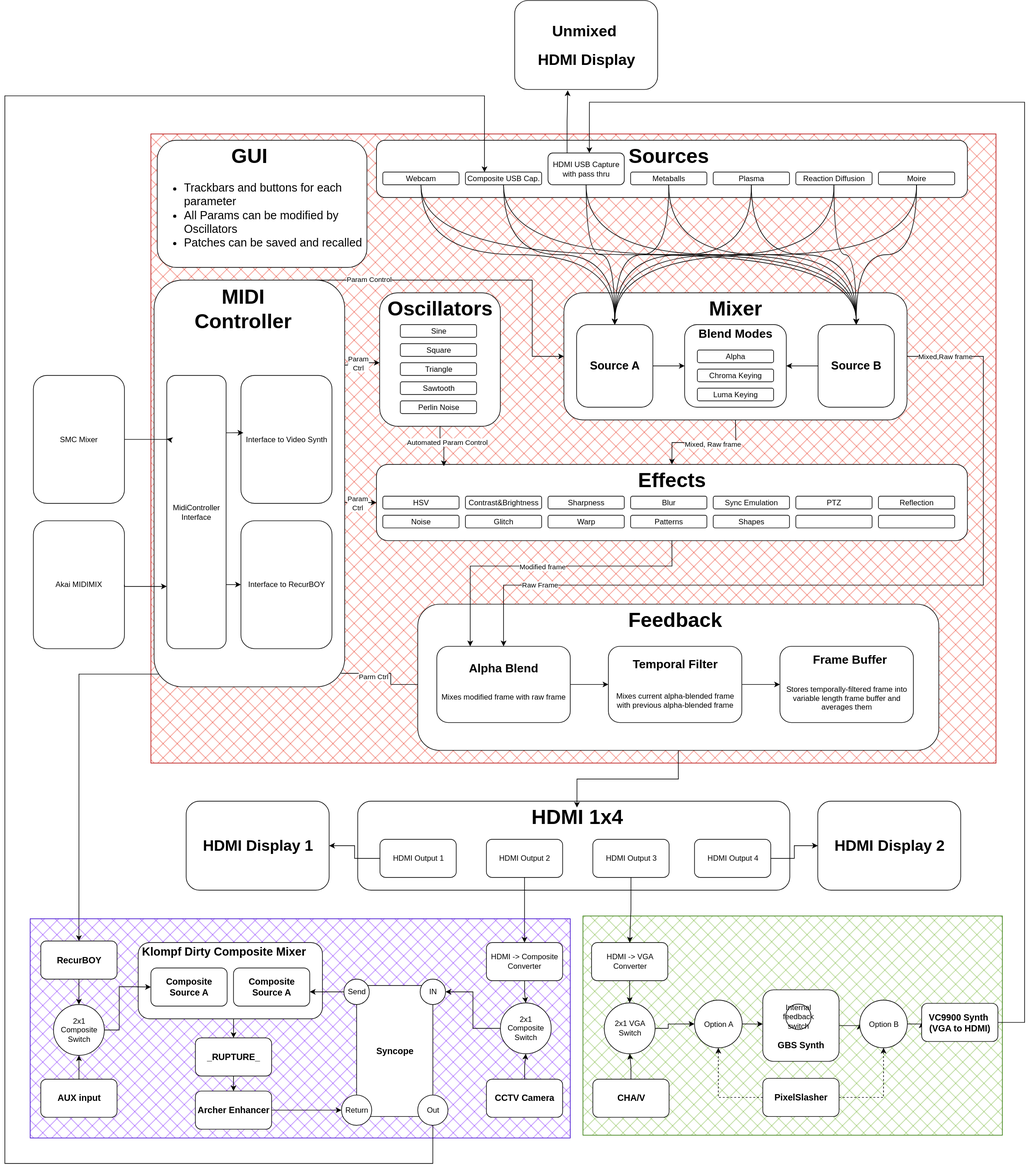
Earlier version of the draw.io export documentation/diagram.svg (Khendi1/PVS). Source tidied: cells renumbered, new cells last; positions are measured from the earlier drawing's top-left corner, leaving out a move shared by most shapes.
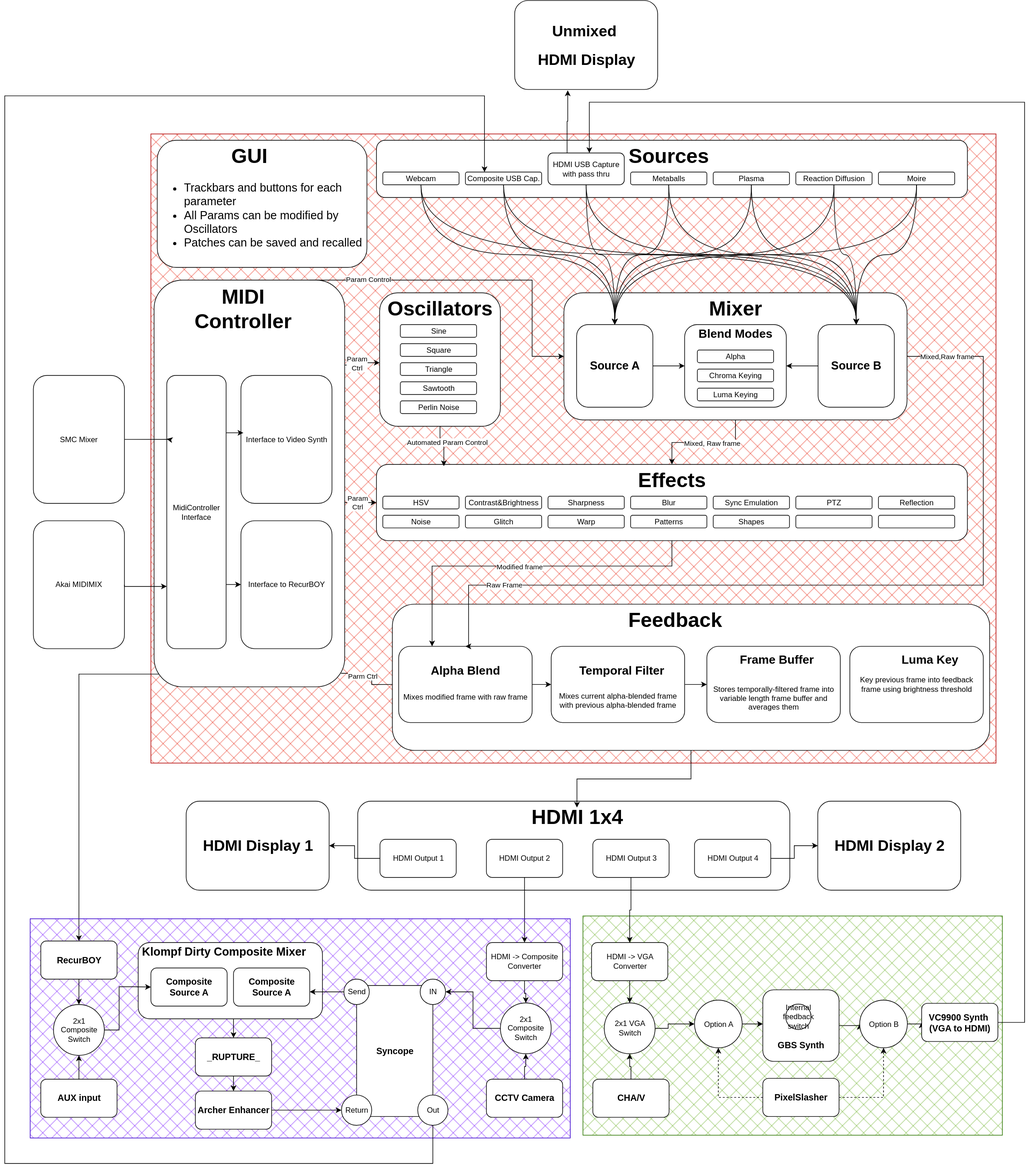
After the commit.

Diff of the diagram source:
```diff
@@ -271,31 +271,31 @@
       <mxGeometry relative="1" as="geometry" />
     </mxCell>
     <mxCell id="81" style="rounded=1;whiteSpace=wrap;html=1;fillColor=default;" parent="1" vertex="1">
-      <mxGeometry x="650" y="950" width="820" height="230" as="geometry" />
+      <mxGeometry x="610" y="950" width="940" height="230" as="geometry" />
     </mxCell>
     <mxCell id="82" style="edgeStyle=orthogonalEdgeStyle;rounded=0;jettySize=auto;html=1;exitX=1;exitY=0.5;exitDx=0;exitDy=0;entryX=0;entryY=0.5;entryDx=0;entryDy=0;" parent="1" edge="1" source="83" target="85">
       <mxGeometry relative="1" as="geometry" />
     </mxCell>
     <mxCell id="83" value="&lt;h2&gt;&lt;span style=&quot;background-color: transparent; color: light-dark(rgb(0, 0, 0), rgb(255, 255, 255)); font-size: 12px; font-weight: normal;&quot;&gt;&lt;br&gt;&lt;/span&gt;&lt;/h2&gt;&lt;h2&gt;&lt;span style=&quot;background-color: transparent; color: light-dark(rgb(0, 0, 0), rgb(255, 255, 255)); font-size: 12px; font-weight: normal;&quot;&gt;Mixes modified frame with raw frame&lt;/span&gt;&lt;/h2&gt;" style="rounded=1;whiteSpace=wrap;html=1;" parent="1" vertex="1">
-      <mxGeometry x="680" y="1016.3" width="210" height="120" as="geometry" />
+      <mxGeometry x="620" y="1016.3" width="210" height="120" as="geometry" />
     </mxCell>
     <mxCell id="84" style="edgeStyle=orthogonalEdgeStyle;rounded=0;jettySize=auto;html=1;exitX=1;exitY=0.5;exitDx=0;exitDy=0;entryX=0;entryY=0.5;entryDx=0;entryDy=0;" parent="1" edge="1" source="85" target="88">
       <mxGeometry relative="1" as="geometry" />
     </mxCell>
     <mxCell id="85" value="&lt;h2&gt;&lt;br&gt;&lt;/h2&gt;&lt;div&gt;Mixes current alpha-blended frame with previous alpha-blended frame&lt;/div&gt;" style="rounded=1;whiteSpace=wrap;html=1;" parent="1" vertex="1">
-      <mxGeometry x="950" y="1016.3" width="210" height="120" as="geometry" />
+      <mxGeometry x="860" y="1016.3" width="210" height="120" as="geometry" />
     </mxCell>
     <mxCell id="86" value="&lt;h3&gt;Alpha Blend&lt;/h3&gt;" style="text;html=1;align=center;verticalAlign=middle;whiteSpace=wrap;rounded=0;fontSize=16;" parent="1" vertex="1">
-      <mxGeometry x="725" y="1036.3" width="120" height="30" as="geometry" />
+      <mxGeometry x="665" y="1040" width="120" height="30" as="geometry" />
     </mxCell>
     <mxCell id="87" value="&lt;h3&gt;Temporal Filter&lt;/h3&gt;" style="text;html=1;align=center;verticalAlign=middle;whiteSpace=wrap;rounded=0;fontSize=16;" parent="1" vertex="1">
-      <mxGeometry x="980" y="1030" width="150" height="30" as="geometry" />
+      <mxGeometry x="895.5" y="1040" width="150" height="30" as="geometry" />
     </mxCell>
     <mxCell id="88" value="&lt;div&gt;&lt;br&gt;&lt;/div&gt;&lt;div&gt;&lt;br&gt;&lt;/div&gt;&lt;div&gt;&lt;br&gt;&lt;/div&gt;Stores temporally-filtered frame into variable length frame buffer and averages them" style="rounded=1;whiteSpace=wrap;html=1;" parent="1" vertex="1">
-      <mxGeometry x="1220" y="1016.3" width="210" height="120" as="geometry" />
+      <mxGeometry x="1105" y="1016.3" width="210" height="120" as="geometry" />
     </mxCell>
     <mxCell id="89" value="&lt;h3&gt;Frame Buffer&lt;/h3&gt;" style="text;html=1;align=center;verticalAlign=middle;whiteSpace=wrap;rounded=0;fontSize=16;" parent="1" vertex="1">
-      <mxGeometry x="1255" y="1022.5" width="150" height="30" as="geometry" />
+      <mxGeometry x="1140" y="1022.5" width="150" height="30" as="geometry" />
     </mxCell>
     <mxCell id="90" value="&lt;h1&gt;Feedback&lt;/h1&gt;" style="text;html=1;align=center;verticalAlign=middle;whiteSpace=wrap;rounded=0;fontSize=16;" parent="1" vertex="1">
       <mxGeometry x="1005" y="960" width="100" height="30" as="geometry" />
@@ -306,7 +306,8 @@
         <Array as="points">
           <mxPoint x="1540" y="560" />
           <mxPoint x="1540" y="920" />
-          <mxPoint x="785" y="920" />
+          <mxPoint x="730" y="920" />
+          <mxPoint x="730" y="1016" />
         </Array>
       </mxGeometry>
     </mxCell>
@@ -338,7 +339,7 @@
       <mxGeometry relative="1" as="geometry">
         <Array as="points">
           <mxPoint x="1050" y="890" />
-          <mxPoint x="733" y="890" />
+          <mxPoint x="673" y="890" />
         </Array>
       </mxGeometry>
     </mxCell>
@@ -586,5 +587,11 @@
     <mxCell id="163" value="Internal feedback switch" style="ellipse;whiteSpace=wrap;html=1;" parent="1" vertex="1">
       <mxGeometry x="1229" y="1579.3" width="40" height="40" as="geometry" />
     </mxCell>
+    <mxCell id="164" value="Key previous frame into feedback frame using brightness threshold" style="rounded=1;whiteSpace=wrap;html=1;" parent="1" vertex="1">
+      <mxGeometry x="1330" y="1016.3" width="210" height="120" as="geometry" />
+    </mxCell>
+    <mxCell id="165" value="&lt;h3&gt;Luma Key&lt;/h3&gt;" style="text;html=1;align=center;verticalAlign=middle;whiteSpace=wrap;rounded=0;fontSize=16;" parent="1" vertex="1">
+      <mxGeometry x="1380.5" y="1022.5" width="150" height="30" as="geometry" />
+    </mxCell>
   </root>
 </mxGraphModel>
```
